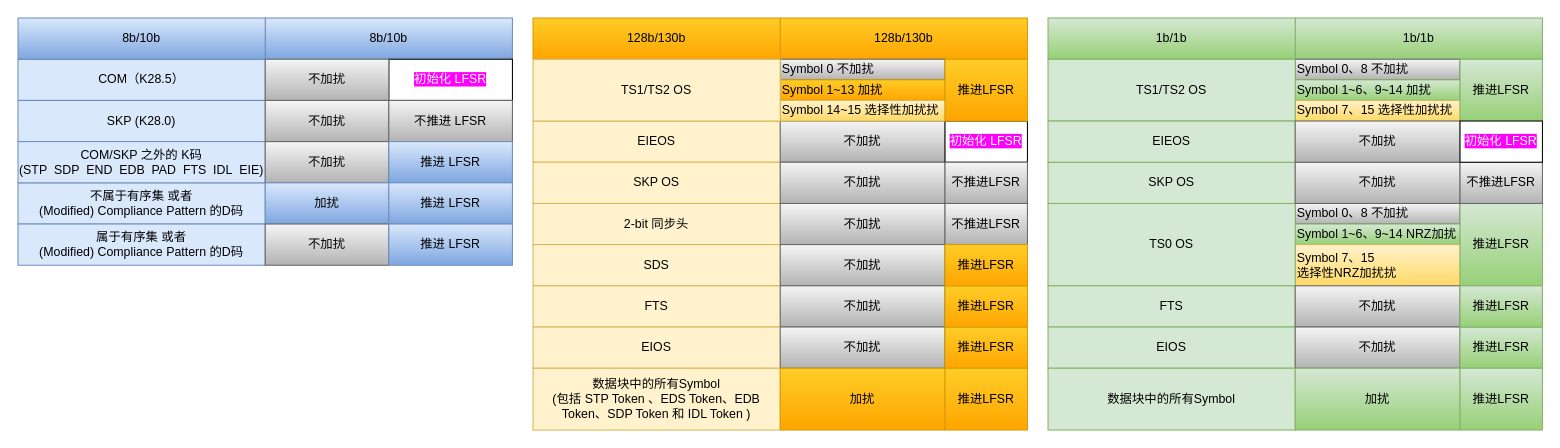
This is page "加扰总结" (3 of 4) of 未命名绘图.drawio from chen-lekai-7/test, a draw.io file, before an edit. Source tidied: cells renumbered, new cells numbered last; positions are measured from the earlier drawing's top-left corner, leaving out a move shared by most shapes. Both pictures are drawn from the tidied source at 103%, with x=0, y=0 at pixel (18, 18).
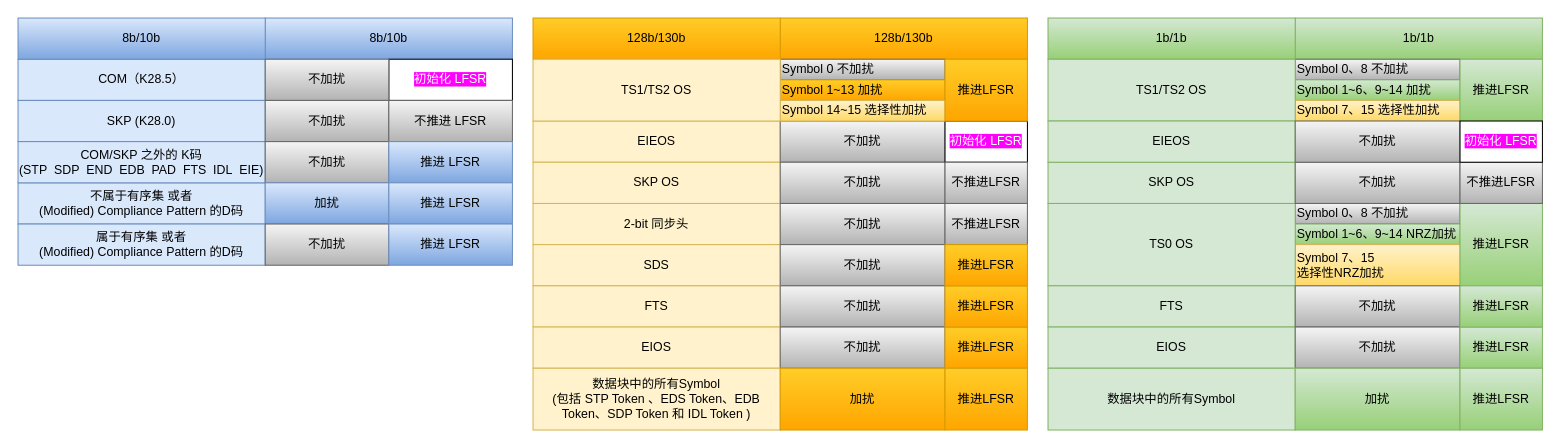
Above is the later version.

The edit, as a diff of the source:
```diff
@@
-    <mxCell id="22" value="Symbol 14~15 选择性加扰扰" style="rounded=0;whiteSpace=wrap;html=1;fillColor=#fff2cc;strokeColor=#d6b656;align=left;gradientColor=#ffd966;" parent="1" vertex="1">
+    <mxCell id="22" value="Symbol 14~15 选择性加扰" style="rounded=0;whiteSpace=wrap;html=1;fillColor=#fff2cc;strokeColor=#d6b656;align=left;gradientColor=#ffd966;" parent="1" vertex="1">
       <mxGeometry x="740" y="80" width="160" height="20" as="geometry" />
     </mxCell>
@@
-    <mxCell id="51" value="Symbol 7、15 选择性加扰扰" style="rounded=0;whiteSpace=wrap;html=1;fillColor=#fff2cc;strokeColor=#d6b656;align=left;gradientColor=#ffd966;" parent="1" vertex="1">
+    <mxCell id="51" value="Symbol 7、15 选择性加扰" style="rounded=0;whiteSpace=wrap;html=1;fillColor=#fff2cc;strokeColor=#d6b656;align=left;gradientColor=#ffd966;" parent="1" vertex="1">
       <mxGeometry x="1240" y="80" width="160" height="20" as="geometry" />
     </mxCell>
@@
-    <mxCell id="56" value="Symbol 7、15 &lt;br&gt;选择性NRZ加扰扰" style="rounded=0;whiteSpace=wrap;html=1;fillColor=#fff2cc;strokeColor=#d6b656;align=left;gradientColor=#ffd966;" parent="1" vertex="1">
+    <mxCell id="56" value="Symbol 7、15 &lt;br&gt;选择性NRZ加扰" style="rounded=0;whiteSpace=wrap;html=1;fillColor=#fff2cc;strokeColor=#d6b656;align=left;gradientColor=#ffd966;" parent="1" vertex="1">
       <mxGeometry x="1240" y="220" width="160" height="40" as="geometry" />
     </mxCell>
```
